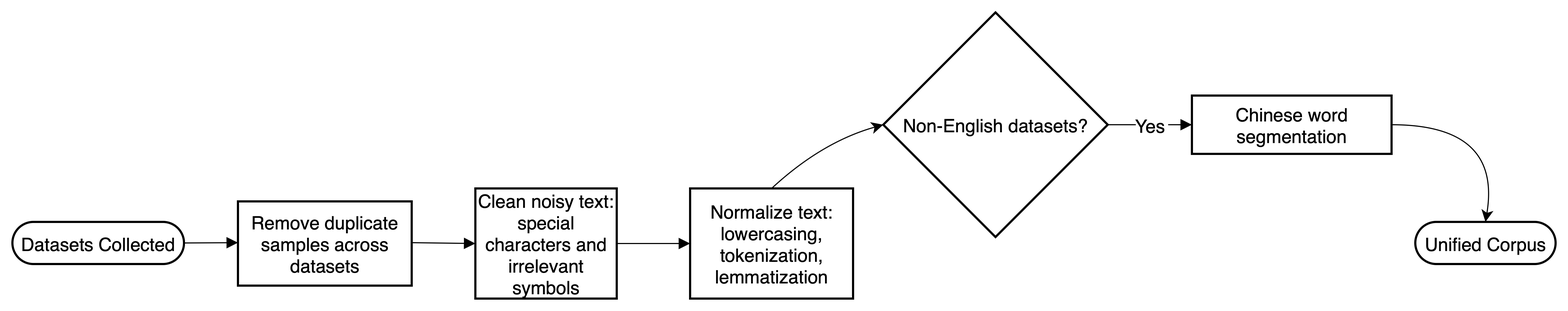
The draw.io diagram chart/chapter 3/3.4.drawio.png in ppipppiu/thesis, before a commit. Source tidied: cells renumbered, new cells last; positions are measured from the earlier drawing's top-left corner, leaving out a move shared by most shapes.
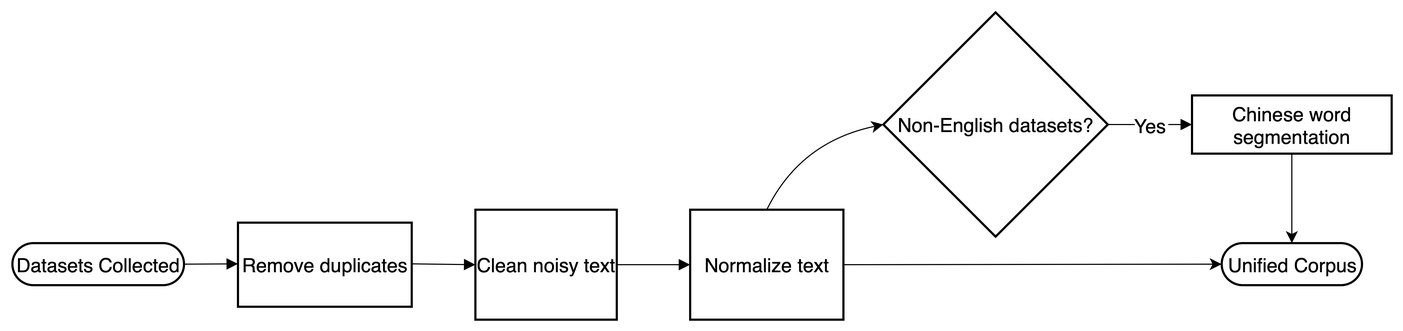
The same file after the commit.

What changed in the source:
```diff
@@ -2,52 +2,51 @@
   <root>
     <mxCell id="0" />
     <mxCell id="1" parent="0" />
-    <mxCell id="2" value="Datasets Collected" style="rounded=1;whiteSpace=wrap;arcSize=50;strokeWidth=2;fontSize=17;" parent="1" vertex="1">
+    <mxCell id="2" value="Datasets Collected" style="rounded=1;whiteSpace=wrap;arcSize=50;strokeWidth=2;fontSize=18;" parent="1" vertex="1">
       <mxGeometry y="194" width="159" height="39" as="geometry" />
     </mxCell>
-    <mxCell id="3" value="Remove duplicate samples across datasets" style="whiteSpace=wrap;strokeWidth=2;fontSize=17;" parent="1" vertex="1">
+    <mxCell id="3" value="Remove duplicates" style="whiteSpace=wrap;strokeWidth=2;fontSize=18;" parent="1" vertex="1">
       <mxGeometry x="209" y="175" width="161" height="78" as="geometry" />
     </mxCell>
-    <mxCell id="4" value="Clean noisy text: special characters and irrelevant symbols" style="whiteSpace=wrap;strokeWidth=2;fontSize=17;" parent="1" vertex="1">
+    <mxCell id="4" value="Clean noisy text" style="whiteSpace=wrap;strokeWidth=2;fontSize=18;" parent="1" vertex="1">
       <mxGeometry x="429" y="163" width="131" height="102" as="geometry" />
     </mxCell>
-    <mxCell id="5" style="edgeStyle=none;curved=1;rounded=0;jettySize=auto;html=1;exitX=0.5;exitY=0;exitDx=0;exitDy=0;entryX=0;entryY=0.5;entryDx=0;entryDy=0;fontSize=17;startSize=8;endSize=8;" parent="1" edge="1" source="6" target="7">
+    <mxCell id="5" style="edgeStyle=none;curved=1;rounded=0;jettySize=auto;html=1;exitX=0.5;exitY=0;exitDx=0;exitDy=0;entryX=0;entryY=0.5;entryDx=0;entryDy=0;fontSize=18;startSize=8;endSize=8;" parent="1" edge="1" source="7" target="8">
       <mxGeometry relative="1" as="geometry">
         <Array as="points">
-          <mxPoint x="750" y="120" />
+          <mxPoint x="730" y="100" />
         </Array>
       </mxGeometry>
     </mxCell>
-    <mxCell id="6" value="Normalize text: lowercasing, tokenization, lemmatization" style="whiteSpace=wrap;strokeWidth=2;fontSize=17;" parent="1" vertex="1">
-      <mxGeometry x="628" y="163" width="151" height="102" as="geometry" />
+    <mxCell id="6" style="edgeStyle=none;curved=1;rounded=0;jettySize=auto;html=1;exitX=1;exitY=0.5;exitDx=0;exitDy=0;entryX=0;entryY=0.5;entryDx=0;entryDy=0;fontSize=18;startSize=8;endSize=8;" parent="1" edge="1" source="7" target="11">
+      <mxGeometry relative="1" as="geometry" />
     </mxCell>
-    <mxCell id="7" value="Non-English datasets?" style="rhombus;strokeWidth=2;whiteSpace=wrap;fontSize=17;" parent="1" vertex="1">
-      <mxGeometry x="807" width="208" height="208" as="geometry" />
+    <mxCell id="7" value="Normalize text" style="whiteSpace=wrap;strokeWidth=2;fontSize=18;" parent="1" vertex="1">
+      <mxGeometry x="628" y="163" width="142" height="102" as="geometry" />
     </mxCell>
-    <mxCell id="8" style="edgeStyle=none;curved=1;rounded=0;jettySize=auto;html=1;exitX=1;exitY=0.5;exitDx=0;exitDy=0;entryX=0.5;entryY=0;entryDx=0;entryDy=0;fontSize=17;startSize=8;endSize=8;" parent="1" edge="1" source="9" target="10">
-      <mxGeometry relative="1" as="geometry">
-        <Array as="points">
-          <mxPoint x="1380" y="104" />
-        </Array>
-      </mxGeometry>
+    <mxCell id="8" value="Non-English datasets?" style="rhombus;strokeWidth=2;whiteSpace=wrap;fontSize=18;" parent="1" vertex="1">
+      <mxGeometry x="807" y="-20" width="208" height="208" as="geometry" />
     </mxCell>
-    <mxCell id="9" value="Chinese word segmentation" style="whiteSpace=wrap;strokeWidth=2;fontSize=17;" parent="1" vertex="1">
-      <mxGeometry x="1093" y="77" width="185" height="54" as="geometry" />
+    <mxCell id="9" style="edgeStyle=none;curved=1;rounded=0;jettySize=auto;html=1;exitX=0.5;exitY=1;exitDx=0;exitDy=0;fontSize=18;startSize=8;endSize=8;entryX=0.5;entryY=0;entryDx=0;entryDy=0;" parent="1" edge="1" source="10" target="11">
+      <mxGeometry relative="1" as="geometry" />
     </mxCell>
-    <mxCell id="10" value="Unified Corpus" style="rounded=1;whiteSpace=wrap;arcSize=50;strokeWidth=2;fontSize=17;" parent="1" vertex="1">
-      <mxGeometry x="1300" y="194" width="130" height="39" as="geometry" />
+    <mxCell id="10" value="Chinese word segmentation" style="whiteSpace=wrap;strokeWidth=2;fontSize=18;" parent="1" vertex="1">
+      <mxGeometry x="1093" y="57" width="185" height="54" as="geometry" />
     </mxCell>
-    <mxCell id="11" style="curved=1;startArrow=none;endArrow=block;exitX=1;exitY=0.5;entryX=0;entryY=0.49;rounded=0;fontSize=17;startSize=8;endSize=8;" parent="1" edge="1" source="2" target="3">
-      <mxGeometry relative="1" as="geometry" />
+    <mxCell id="11" value="Unified Corpus" style="rounded=1;whiteSpace=wrap;arcSize=50;strokeWidth=2;fontSize=18;" parent="1" vertex="1">
+      <mxGeometry x="1120.5" y="194" width="130" height="39" as="geometry" />
     </mxCell>
-    <mxCell id="12" style="curved=1;startArrow=none;endArrow=block;exitX=1;exitY=0.49;entryX=0;entryY=0.5;rounded=0;fontSize=17;startSize=8;endSize=8;" parent="1" edge="1" source="3" target="4">
+    <mxCell id="12" style="curved=1;startArrow=none;endArrow=block;exitX=1;exitY=0.5;entryX=0;entryY=0.49;rounded=0;fontSize=18;startSize=8;endSize=8;" parent="1" edge="1" source="2" target="3">
       <mxGeometry relative="1" as="geometry" />
     </mxCell>
-    <mxCell id="13" style="curved=1;startArrow=none;endArrow=block;exitX=1;exitY=0.5;entryX=0;entryY=0.5;rounded=0;fontSize=17;startSize=8;endSize=8;" parent="1" edge="1" source="4" target="6">
+    <mxCell id="13" style="curved=1;startArrow=none;endArrow=block;exitX=1;exitY=0.49;entryX=0;entryY=0.5;rounded=0;fontSize=18;startSize=8;endSize=8;" parent="1" edge="1" source="3" target="4">
       <mxGeometry relative="1" as="geometry" />
     </mxCell>
-    <mxCell id="14" value="Yes" style="curved=1;startArrow=none;endArrow=block;exitX=1;exitY=0.5;entryX=0;entryY=0.5;rounded=0;fontSize=17;startSize=8;endSize=8;" parent="1" edge="1" source="7" target="9">
+    <mxCell id="14" style="curved=1;startArrow=none;endArrow=block;exitX=1;exitY=0.5;entryX=0;entryY=0.5;rounded=0;fontSize=18;startSize=8;endSize=8;" parent="1" edge="1" source="4" target="7">
       <mxGeometry relative="1" as="geometry" />
     </mxCell>
+    <mxCell id="15" value="Yes" style="curved=1;startArrow=none;endArrow=block;exitX=1;exitY=0.5;entryX=0;entryY=0.5;rounded=0;fontSize=18;startSize=8;endSize=8;" parent="1" edge="1" source="8" target="10">
+      <mxGeometry relative="1" as="geometry" />
+    </mxCell>
   </root>
 </mxGraphModel>
```
